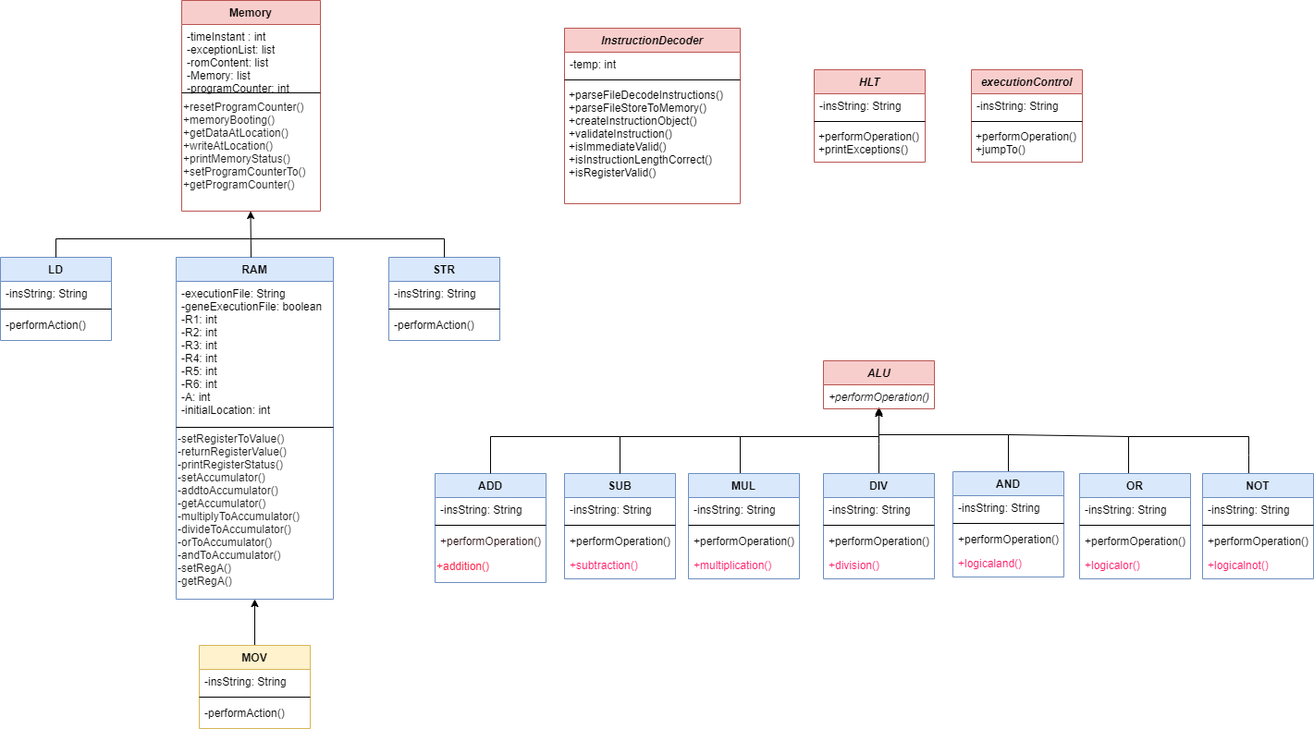
Earlier version of the draw.io export ULM.png (Gagandeep20320/OOPDProject). Source tidied: cells renumbered, new cells last; positions are measured from the earlier drawing's top-left corner, leaving out a move shared by most shapes.
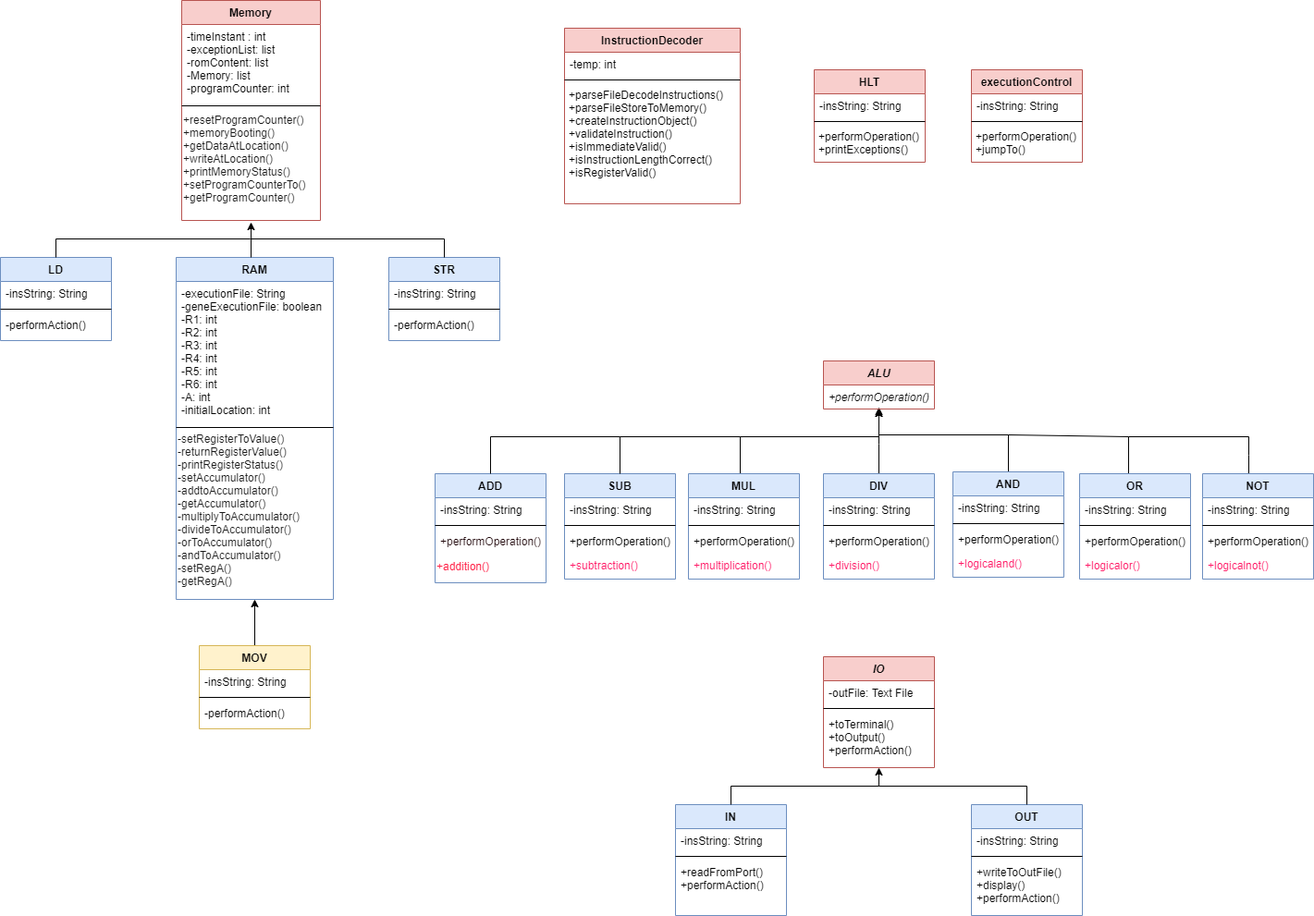
The same file after the commit.

The edit, as a diff of the source:
```diff
@@ -3,16 +3,16 @@
     <mxCell id="0" />
     <mxCell id="1" parent="0" />
     <mxCell id="2" value="Memory" style="swimlane;fontStyle=1;align=center;verticalAlign=top;horizontal=1;startSize=26;rounded=0;shadow=0;strokeWidth=1;fillColor=#f8cecc;strokeColor=#b85450;" parent="1" vertex="1">
-      <mxGeometry x="196" width="150" height="228" as="geometry" />
+      <mxGeometry x="196" width="150" height="238" as="geometry" />
     </mxCell>
     <mxCell id="3" value="-timeInstant : int&#10;-exceptionList: list&#10;-romContent: list&#10;-Memory: list&#10;-programCounter: int&#10;" style="text;align=left;verticalAlign=top;spacingLeft=4;spacingRight=4;overflow=hidden;" parent="2" vertex="1">
-      <mxGeometry y="26" width="150" height="70" as="geometry" />
+      <mxGeometry y="26" width="150" height="84" as="geometry" />
     </mxCell>
     <mxCell id="4" style="line;html=1;strokeWidth=1;align=left;verticalAlign=middle;spacingTop=-1;spacingLeft=3;spacingRight=3;labelPosition=right;" parent="2" vertex="1">
-      <mxGeometry y="96" width="150" height="8" as="geometry" />
+      <mxGeometry y="110" width="150" height="8" as="geometry" />
     </mxCell>
     <mxCell id="5" value="&lt;font color=&quot;#191919&quot;&gt;+resetProgramCounter()&lt;br&gt;+memoryBooting()&lt;br&gt;+getDataAtLocation()&lt;br&gt;+writeAtLocation()&lt;br&gt;+printMemoryStatus()&lt;br&gt;+setProgramCounterTo()&lt;br&gt;+getProgramCounter()&lt;br&gt;&lt;br&gt;&lt;/font&gt;" style="text;html=1;align=left;verticalAlign=middle;strokeColor=none;fillColor=none;fontColor=#FF1966;" parent="2" vertex="1">
-      <mxGeometry y="104" width="150" height="120" as="geometry" />
+      <mxGeometry y="118" width="150" height="120" as="geometry" />
     </mxCell>
     <mxCell id="6" value="LD" style="swimlane;fontStyle=1;align=center;verticalAlign=top;horizontal=1;startSize=26;rounded=0;shadow=0;strokeWidth=1;fillColor=#dae8fc;strokeColor=#6c8ebf;" parent="1" vertex="1">
       <mxGeometry y="278" width="120" height="90" as="geometry" />
@@ -41,7 +41,7 @@
     <mxCell id="14" style="endArrow=classic;html=1;rounded=0;" parent="1" edge="1">
       <mxGeometry relative="1" as="geometry">
         <mxPoint x="271" y="278" as="sourcePoint" />
-        <mxPoint x="270.5" y="228" as="targetPoint" />
+        <mxPoint x="271" y="240" as="targetPoint" />
       </mxGeometry>
     </mxCell>
     <mxCell id="15" style="endArrow=classic;html=1;rounded=0;entryX=0.5;entryY=1;entryDx=0;entryDy=0;" parent="1" edge="1" target="10">
@@ -266,7 +266,7 @@
     <mxCell id="69" value="+logicaland()" style="text;align=left;verticalAlign=top;spacingLeft=4;spacingRight=4;overflow=hidden;fontStyle=0;fontColor=#FF1966;" parent="65" vertex="1">
       <mxGeometry y="86" width="120" height="26" as="geometry" />
     </mxCell>
-    <mxCell id="70" value="InstructionDecoder" style="swimlane;fontStyle=3;align=center;verticalAlign=top;horizontal=1;startSize=26;rounded=0;shadow=0;strokeWidth=1;fillColor=#f8cecc;strokeColor=#b85450;" parent="1" vertex="1">
+    <mxCell id="70" value="InstructionDecoder" style="swimlane;fontStyle=1;align=center;verticalAlign=top;horizontal=1;startSize=26;rounded=0;shadow=0;strokeWidth=1;fillColor=#f8cecc;strokeColor=#b85450;" parent="1" vertex="1">
       <mxGeometry x="610" y="30" width="190" height="190" as="geometry" />
     </mxCell>
     <mxCell id="71" value="-temp: int" style="text;align=left;verticalAlign=top;spacingLeft=4;spacingRight=4;overflow=hidden;" parent="70" vertex="1">
@@ -278,7 +278,7 @@
     <mxCell id="73" value="+parseFileDecodeInstructions()&#10;+parseFileStoreToMemory()&#10;+createInstructionObject()&#10;+validateInstruction()&#10;+isImmediateValid()&#10;+isInstructionLengthCorrect()&#10;+isRegisterValid()" style="text;align=left;verticalAlign=top;spacingLeft=4;spacingRight=4;overflow=hidden;spacing=1;" parent="70" vertex="1">
       <mxGeometry y="60" width="190" height="130" as="geometry" />
     </mxCell>
-    <mxCell id="74" value="HLT" style="swimlane;fontStyle=3;align=center;verticalAlign=top;horizontal=1;startSize=26;rounded=0;shadow=0;strokeWidth=1;fillColor=#f8cecc;strokeColor=#b85450;" parent="1" vertex="1">
+    <mxCell id="74" value="HLT" style="swimlane;fontStyle=1;align=center;verticalAlign=top;horizontal=1;startSize=26;rounded=0;shadow=0;strokeWidth=1;fillColor=#f8cecc;strokeColor=#b85450;" parent="1" vertex="1">
       <mxGeometry x="880" y="75" width="120" height="100" as="geometry" />
     </mxCell>
     <mxCell id="75" value="-insString: String" style="text;align=left;verticalAlign=top;spacingLeft=4;spacingRight=4;overflow=hidden;" parent="74" vertex="1">
@@ -290,7 +290,7 @@
     <mxCell id="77" value="+performOperation()&#10;+printExceptions()" style="text;align=left;verticalAlign=top;spacingLeft=4;spacingRight=4;overflow=hidden;spacing=1;" parent="74" vertex="1">
       <mxGeometry y="60" width="120" height="40" as="geometry" />
     </mxCell>
-    <mxCell id="78" value="executionControl" style="swimlane;fontStyle=3;align=center;verticalAlign=top;horizontal=1;startSize=26;rounded=0;shadow=0;strokeWidth=1;fillColor=#f8cecc;strokeColor=#b85450;" parent="1" vertex="1">
+    <mxCell id="78" value="executionControl" style="swimlane;fontStyle=1;align=center;verticalAlign=top;horizontal=1;startSize=26;rounded=0;shadow=0;strokeWidth=1;fillColor=#f8cecc;strokeColor=#b85450;" parent="1" vertex="1">
       <mxGeometry x="1050" y="75" width="120" height="100" as="geometry" />
     </mxCell>
     <mxCell id="79" value="-insString: String" style="text;align=left;verticalAlign=top;spacingLeft=4;spacingRight=4;overflow=hidden;" parent="78" vertex="1">
@@ -302,5 +302,57 @@
     <mxCell id="81" value="+performOperation()&#10;+jumpTo()" style="text;align=left;verticalAlign=top;spacingLeft=4;spacingRight=4;overflow=hidden;spacing=1;" parent="78" vertex="1">
       <mxGeometry y="60" width="120" height="40" as="geometry" />
     </mxCell>
+    <mxCell id="82" value="IO" style="swimlane;fontStyle=3;align=center;verticalAlign=top;horizontal=1;startSize=26;rounded=0;shadow=0;strokeWidth=1;fillColor=#f8cecc;strokeColor=#b85450;" parent="1" vertex="1">
+      <mxGeometry x="890" y="710" width="120" height="120" as="geometry" />
+    </mxCell>
+    <mxCell id="83" value="-outFile: Text File" style="text;align=left;verticalAlign=top;spacingLeft=4;spacingRight=4;overflow=hidden;" parent="82" vertex="1">
+      <mxGeometry y="26" width="120" height="26" as="geometry" />
+    </mxCell>
+    <mxCell id="84" style="line;html=1;strokeWidth=1;align=left;verticalAlign=middle;spacingTop=-1;spacingLeft=3;spacingRight=3;labelPosition=right;" parent="82" vertex="1">
+      <mxGeometry y="52" width="120" height="8" as="geometry" />
+    </mxCell>
+    <mxCell id="85" value="+toTerminal()&#10;+toOutput()&#10;+performAction()" style="text;align=left;verticalAlign=top;spacingLeft=4;spacingRight=4;overflow=hidden;rounded=0;shadow=0;html=0;" parent="82" vertex="1">
+      <mxGeometry y="60" width="120" height="50" as="geometry" />
+    </mxCell>
+    <mxCell id="86" value="OUT" style="swimlane;fontStyle=1;align=center;verticalAlign=top;horizontal=1;startSize=26;rounded=0;shadow=0;strokeWidth=1;fillColor=#dae8fc;strokeColor=#6c8ebf;" parent="1" vertex="1">
+      <mxGeometry x="1050" y="870" width="120" height="120" as="geometry" />
+    </mxCell>
+    <mxCell id="87" value="-insString: String" style="text;align=left;verticalAlign=top;spacingLeft=4;spacingRight=4;overflow=hidden;" parent="86" vertex="1">
+      <mxGeometry y="26" width="120" height="26" as="geometry" />
+    </mxCell>
+    <mxCell id="88" style="line;html=1;strokeWidth=1;align=left;verticalAlign=middle;spacingTop=-1;spacingLeft=3;spacingRight=3;labelPosition=right;" parent="86" vertex="1">
+      <mxGeometry y="52" width="120" height="8" as="geometry" />
+    </mxCell>
+    <mxCell id="89" value="+writeToOutFile()&#10;+display()&#10;+performAction()&#10;" style="text;align=left;verticalAlign=top;spacingLeft=4;spacingRight=4;overflow=hidden;rounded=0;shadow=0;html=0;" parent="86" vertex="1">
+      <mxGeometry y="60" width="120" height="50" as="geometry" />
+    </mxCell>
+    <mxCell id="90" value="IN" style="swimlane;fontStyle=1;align=center;verticalAlign=top;horizontal=1;startSize=26;rounded=0;shadow=0;strokeWidth=1;fillColor=#dae8fc;strokeColor=#6c8ebf;" parent="1" vertex="1">
+      <mxGeometry x="730" y="870" width="120" height="120" as="geometry" />
+    </mxCell>
+    <mxCell id="91" value="-insString: String" style="text;align=left;verticalAlign=top;spacingLeft=4;spacingRight=4;overflow=hidden;" parent="90" vertex="1">
+      <mxGeometry y="26" width="120" height="26" as="geometry" />
+    </mxCell>
+    <mxCell id="92" style="line;html=1;strokeWidth=1;align=left;verticalAlign=middle;spacingTop=-1;spacingLeft=3;spacingRight=3;labelPosition=right;" parent="90" vertex="1">
+      <mxGeometry y="52" width="120" height="8" as="geometry" />
+    </mxCell>
+    <mxCell id="93" value="+readFromPort()&#10;+performAction()&#10;" style="text;align=left;verticalAlign=top;spacingLeft=4;spacingRight=4;overflow=hidden;rounded=0;shadow=0;html=0;" parent="90" vertex="1">
+      <mxGeometry y="60" width="120" height="50" as="geometry" />
+    </mxCell>
+    <mxCell id="94" style="endArrow=none;html=1;rounded=0;exitX=0.5;exitY=0;exitDx=0;exitDy=0;" parent="1" edge="1" source="90">
+      <mxGeometry relative="1" as="geometry">
+        <mxPoint x="950" y="850" as="targetPoint" />
+        <Array as="points">
+          <mxPoint x="790" y="850" />
+        </Array>
+      </mxGeometry>
+    </mxCell>
+    <mxCell id="95" style="endArrow=classic;html=1;rounded=0;exitX=0.5;exitY=0;exitDx=0;exitDy=0;entryX=0.5;entryY=1;entryDx=0;entryDy=0;" parent="1" edge="1" source="86" target="82">
+      <mxGeometry relative="1" as="geometry">
+        <Array as="points">
+          <mxPoint x="1110" y="850" />
+          <mxPoint x="950" y="850" />
+        </Array>
+      </mxGeometry>
+    </mxCell>
   </root>
 </mxGraphModel>
```
